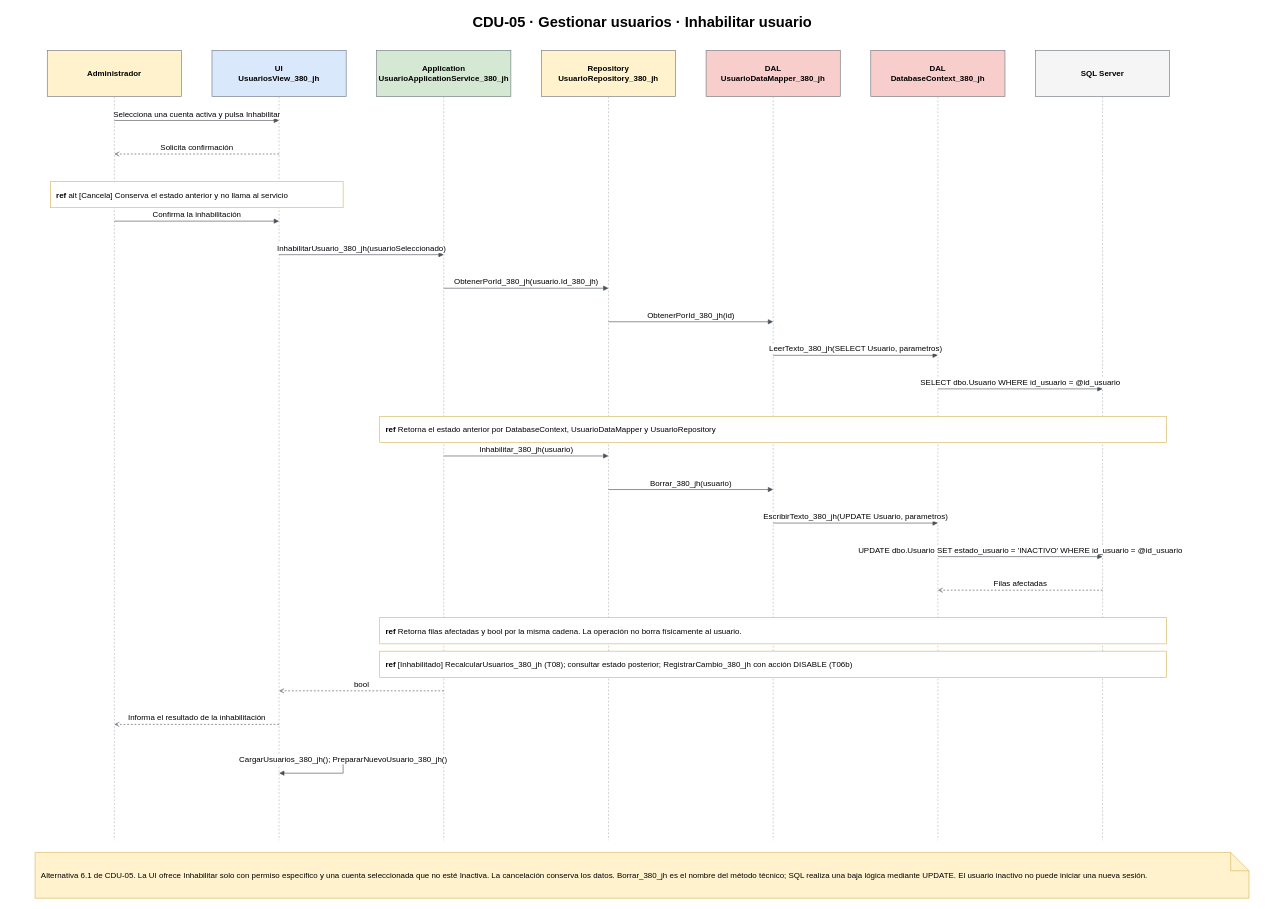
Earlier version of the draw.io diagram page "CDU-05 · Gestionar usuarios · Inhabilitar usuario" (1 of 2) of Diagramas/Diagramas de Secuencia/CDU-05 - Edición de usuario - Secuencia - Inhabilitar usuario.drawio (juanNH/Ingenieria-de-Software). Source tidied: cells renumbered, new cells numbered last; positions are measured from the earlier drawing's top-left corner, leaving out a move shared by most shapes. Both pictures are drawn from the tidied source at 61%, with x=0, y=0 at pixel (10, 10).
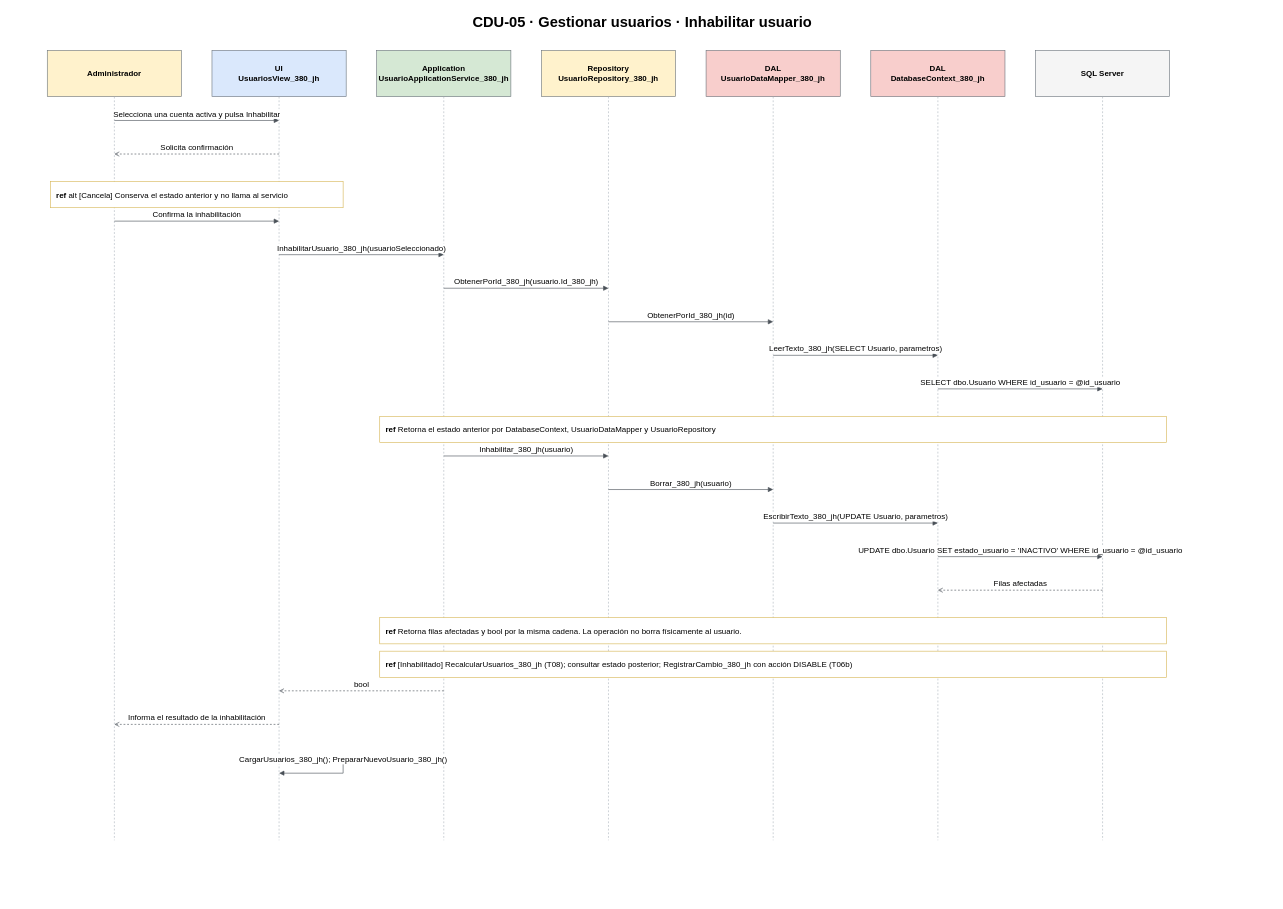
The same page after the edit.

Change to the diagram source:
```diff
@@
-    <mxCell id="37" value="Alternativa 6.1 de CDU-05. La UI ofrece Inhabilitar solo con permiso específico y una cuenta seleccionada que no esté Inactiva. La cancelación conserva los datos. Borrar_380_jh es el nombre del método técnico; SQL realiza una baja lógica mediante UPDATE. El usuario inactivo no puede iniciar una nueva sesión." style="shape=note;whiteSpace=wrap;html=1;fillColor=#fff2cc;strokeColor=#d6b656;fontSize=13;fontFamily=Arial;align=left;spacing=10;" parent="1" vertex="1">
-      <mxGeometry x="40" y="1380" width="1990" height="75" as="geometry" />
-    </mxCell>
```
